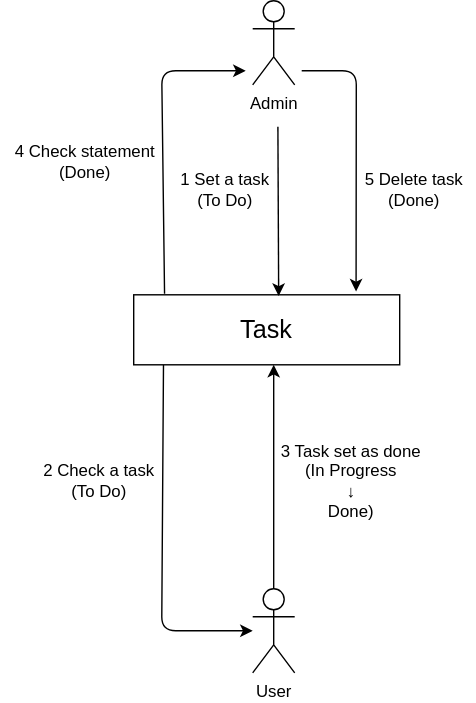
Above: yukariAnalysis_model.drawio.svg in ivondrak/SWE2025 (draw.io), before the change. Source tidied: cells renumbered, new cells last; positions are measured from the earlier drawing's top-left corner, leaving out a move shared by most shapes.
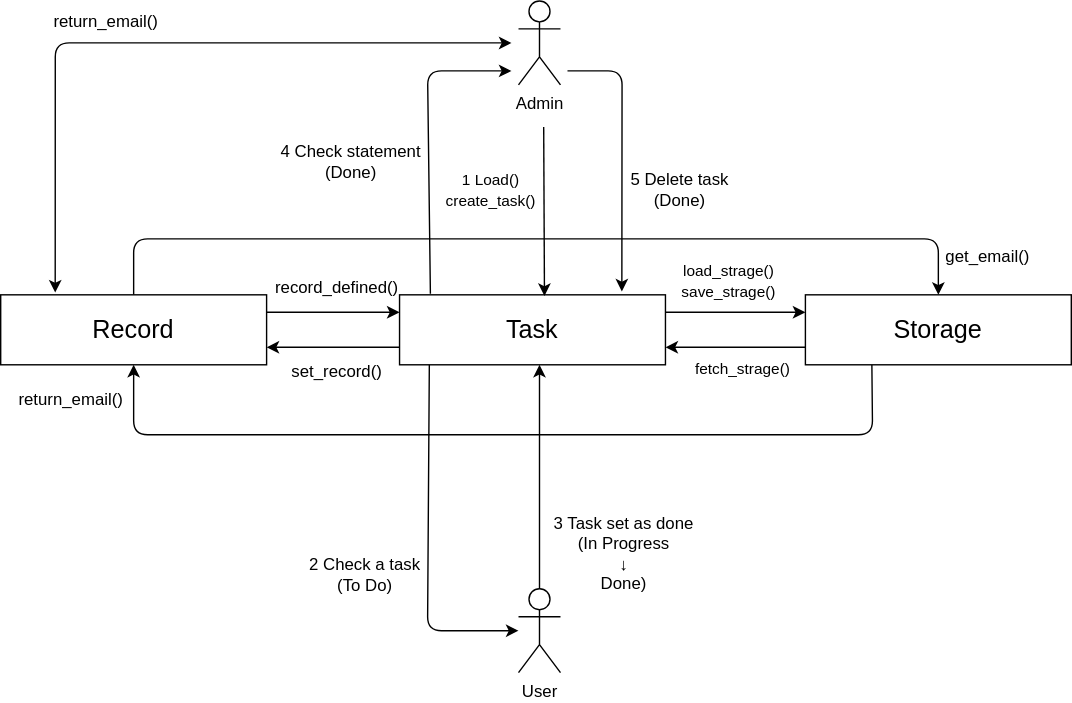
The same diagram one commit later.

Commit message:
yukariAnalysis_model fixed LifeCycle Sequence

Change to the diagram source:
```diff
@@ -17,6 +17,12 @@
         </Array>
       </mxGeometry>
     </mxCell>
+    <mxCell id="15" style="edgeStyle=none;html=1;exitX=1;exitY=0.25;exitDx=0;exitDy=0;entryX=0;entryY=0.25;entryDx=0;entryDy=0;" parent="1" edge="1" source="4" target="22">
+      <mxGeometry relative="1" as="geometry" />
+    </mxCell>
+    <mxCell id="16" style="edgeStyle=none;html=1;exitX=0;exitY=0.75;exitDx=0;exitDy=0;entryX=1;entryY=0.75;entryDx=0;entryDy=0;" parent="1" edge="1" source="4" target="19">
+      <mxGeometry relative="1" as="geometry" />
+    </mxCell>
     <mxCell id="4" value="&lt;font style=&quot;font-size: 18px;&quot;&gt;Task&lt;/font&gt;" style="html=1;whiteSpace=wrap;" parent="1" vertex="1">
       <mxGeometry x="95" y="210" width="190" height="50" as="geometry" />
     </mxCell>
@@ -31,7 +37,7 @@
         <mxPoint x="198" y="90" as="sourcePoint" />
       </mxGeometry>
     </mxCell>
-    <mxCell id="8" value="1 Set a task&lt;div&gt;(To Do)&lt;/div&gt;" style="text;html=1;align=center;verticalAlign=middle;strokeColor=none;fillColor=none;" parent="1" vertex="1">
+    <mxCell id="8" value="&lt;font style=&quot;font-size: 11px;&quot;&gt;&amp;nbsp;1 Load()&lt;/font&gt;&lt;div&gt;&lt;font style=&quot;font-size: 11px;&quot;&gt;create_task()&lt;/font&gt;&lt;/div&gt;" style="text;html=1;align=center;verticalAlign=middle;strokeColor=none;fillColor=none;" parent="1" vertex="1">
       <mxGeometry x="115" y="115" width="90" height="40" as="geometry" />
     </mxCell>
     <mxCell id="9" style="edgeStyle=none;html=1;" parent="1" edge="1" source="6">
@@ -40,10 +46,10 @@
       </mxGeometry>
     </mxCell>
     <mxCell id="10" value="3 Task set as done&lt;div&gt;(In Progress&lt;/div&gt;&lt;div&gt;↓&lt;/div&gt;&lt;div&gt;Done)&lt;/div&gt;" style="text;html=1;align=center;verticalAlign=middle;strokeColor=none;fillColor=none;" parent="1" vertex="1">
-      <mxGeometry x="190" y="308" width="120" height="70" as="geometry" />
+      <mxGeometry x="195" y="360" width="120" height="70" as="geometry" />
     </mxCell>
     <mxCell id="11" value="2 Check a task&lt;div&gt;(To Do)&lt;/div&gt;" style="text;html=1;align=center;verticalAlign=middle;strokeColor=none;fillColor=none;" parent="1" vertex="1">
-      <mxGeometry x="20" y="323" width="100" height="40" as="geometry" />
+      <mxGeometry x="20" y="390" width="100" height="40" as="geometry" />
     </mxCell>
     <mxCell id="12" value="4 Check statement&lt;div&gt;(Done)&lt;/div&gt;" style="text;html=1;align=center;verticalAlign=middle;strokeColor=none;fillColor=none;" parent="1" vertex="1">
       <mxGeometry y="95" width="120" height="40" as="geometry" />
@@ -59,5 +65,62 @@
     <mxCell id="14" value="5 Delete task&lt;div&gt;(Done)&lt;/div&gt;" style="text;html=1;align=center;verticalAlign=middle;strokeColor=none;fillColor=none;" parent="1" vertex="1">
       <mxGeometry x="250" y="115" width="90" height="40" as="geometry" />
     </mxCell>
+    <mxCell id="17" style="edgeStyle=none;html=1;exitX=0.5;exitY=0;exitDx=0;exitDy=0;entryX=0.5;entryY=0;entryDx=0;entryDy=0;" parent="1" edge="1" source="19" target="22">
+      <mxGeometry relative="1" as="geometry">
+        <Array as="points">
+          <mxPoint x="-95" y="170" />
+          <mxPoint x="480" y="170" />
+        </Array>
+      </mxGeometry>
+    </mxCell>
+    <mxCell id="18" style="edgeStyle=none;html=1;exitX=1;exitY=0.25;exitDx=0;exitDy=0;entryX=0;entryY=0.25;entryDx=0;entryDy=0;" parent="1" edge="1" source="19" target="4">
+      <mxGeometry relative="1" as="geometry" />
+    </mxCell>
+    <mxCell id="19" value="&lt;span style=&quot;font-size: 18px;&quot;&gt;Record&lt;/span&gt;" style="html=1;whiteSpace=wrap;" parent="1" vertex="1">
+      <mxGeometry x="-190" y="210" width="190" height="50" as="geometry" />
+    </mxCell>
+    <mxCell id="20" style="edgeStyle=none;html=1;exitX=0;exitY=0.75;exitDx=0;exitDy=0;entryX=1;entryY=0.75;entryDx=0;entryDy=0;" parent="1" edge="1" source="22" target="4">
+      <mxGeometry relative="1" as="geometry" />
+    </mxCell>
+    <mxCell id="21" style="edgeStyle=none;html=1;exitX=0.25;exitY=1;exitDx=0;exitDy=0;entryX=0.5;entryY=1;entryDx=0;entryDy=0;" parent="1" edge="1" source="22" target="19">
+      <mxGeometry relative="1" as="geometry">
+        <Array as="points">
+          <mxPoint x="433" y="310" />
+          <mxPoint x="-95" y="310" />
+        </Array>
+      </mxGeometry>
+    </mxCell>
+    <mxCell id="22" value="&lt;font style=&quot;font-size: 18px;&quot;&gt;Storage&lt;/font&gt;" style="html=1;whiteSpace=wrap;" parent="1" vertex="1">
+      <mxGeometry x="385" y="210" width="190" height="50" as="geometry" />
+    </mxCell>
+    <mxCell id="23" value="set_record()" style="text;html=1;align=center;verticalAlign=middle;strokeColor=none;fillColor=none;" parent="1" vertex="1">
+      <mxGeometry x="5" y="250" width="90" height="30" as="geometry" />
+    </mxCell>
+    <mxCell id="24" value="record_defined()" style="text;html=1;align=center;verticalAlign=middle;strokeColor=none;fillColor=none;" parent="1" vertex="1">
+      <mxGeometry x="-5" y="190" width="110" height="30" as="geometry" />
+    </mxCell>
+    <mxCell id="25" value="&lt;font style=&quot;font-size: 11px;&quot;&gt;load_strage()&lt;/font&gt;&lt;div&gt;&lt;font style=&quot;font-size: 11px;&quot;&gt;save_strage()&lt;/font&gt;&lt;/div&gt;" style="text;html=1;align=center;verticalAlign=middle;strokeColor=none;fillColor=none;" parent="1" vertex="1">
+      <mxGeometry x="285" y="180" width="90" height="40" as="geometry" />
+    </mxCell>
+    <mxCell id="26" value="&lt;font style=&quot;font-size: 11px;&quot;&gt;fetch_strage()&lt;/font&gt;&lt;div&gt;&lt;br&gt;&lt;/div&gt;" style="text;html=1;align=center;verticalAlign=middle;strokeColor=none;fillColor=none;" parent="1" vertex="1">
+      <mxGeometry x="295" y="250" width="90" height="40" as="geometry" />
+    </mxCell>
+    <mxCell id="27" value="return_email()" style="text;html=1;align=center;verticalAlign=middle;strokeColor=none;fillColor=none;" parent="1" vertex="1">
+      <mxGeometry x="-190" y="270" width="100" height="30" as="geometry" />
+    </mxCell>
+    <mxCell id="28" value="get_email()" style="text;html=1;align=center;verticalAlign=middle;strokeColor=none;fillColor=none;" parent="1" vertex="1">
+      <mxGeometry x="475" y="168" width="80" height="30" as="geometry" />
+    </mxCell>
+    <mxCell id="29" value="return_email()" style="text;html=1;align=center;verticalAlign=middle;strokeColor=none;fillColor=none;" parent="1" vertex="1">
+      <mxGeometry x="-165" width="100" height="30" as="geometry" />
+    </mxCell>
+    <mxCell id="30" style="endArrow=classic;startArrow=classic;html=1;exitX=0.205;exitY=-0.032;exitDx=0;exitDy=0;exitPerimeter=0;" parent="1" edge="1" source="19">
+      <mxGeometry relative="1" as="geometry">
+        <mxPoint x="175" y="30" as="targetPoint" />
+        <Array as="points">
+          <mxPoint x="-151" y="30" />
+        </Array>
+      </mxGeometry>
+    </mxCell>
   </root>
 </mxGraphModel>
```
